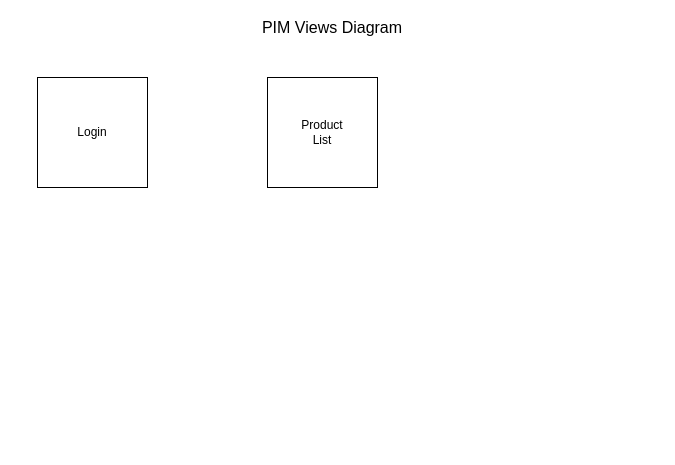
Earlier version of the draw.io diagram ReChargeApiDocs/PIM View Diagrams.drawio (alexrsunrise/diagrams). Source tidied: cells renumbered, new cells numbered last; positions are measured from the earlier drawing's top-left corner, leaving out a move shared by most shapes. Both pictures are drawn from the tidied source at 100%, with x=0, y=0 at pixel (37, 17).
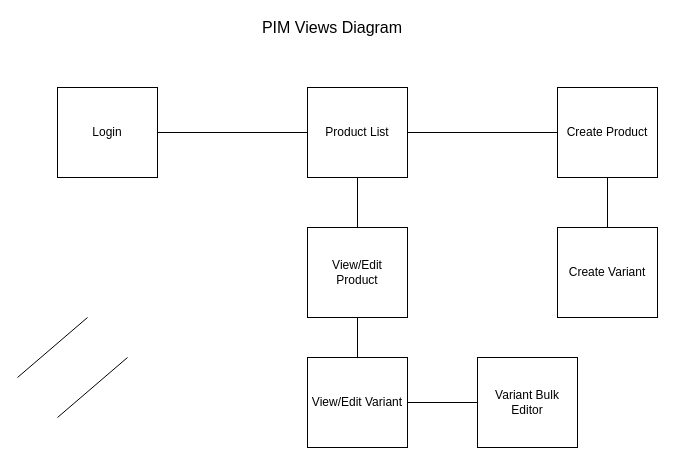
Above is the later version.

Change to the diagram source:
```diff
@@
-    <mxCell id="3" style="whiteSpace=wrap;html=1;" parent="1" vertex="1">
-      <mxGeometry y="60" width="110" height="110" as="geometry" />
-    </mxCell>
-    <mxCell id="4" value="Login" style="text;html=1;strokeColor=none;fillColor=none;align=center;verticalAlign=middle;whiteSpace=wrap;rounded=0;" parent="1" vertex="1">
-      <mxGeometry x="35" y="105" width="40" height="20" as="geometry" />
+    <mxCell id="4" value="Login" style="whiteSpace=wrap;html=1;align=center;" parent="1" vertex="1">
+      <mxGeometry x="20" y="70" width="100" height="90" as="geometry" />
     </mxCell>
-    <mxCell id="5" style="whiteSpace=wrap;html=1;" parent="1" vertex="1">
-      <mxGeometry x="230" y="60" width="110" height="110" as="geometry" />
-    </mxCell>
-    <mxCell id="6" value="Product List" style="text;html=1;strokeColor=none;fillColor=none;align=center;verticalAlign=middle;whiteSpace=wrap;rounded=0;" parent="1" vertex="1">
-      <mxGeometry x="265" y="105" width="40" height="20" as="geometry" />
+    <mxCell id="6" value="Product List" style="whiteSpace=wrap;html=1;align=center;" parent="1" vertex="1">
+      <mxGeometry x="270" y="70" width="100" height="90" as="geometry" />
     </mxCell>
+    <mxCell id="7" value="Create Product" style="whiteSpace=wrap;html=1;align=center;" parent="1" vertex="1">
+      <mxGeometry x="520" y="70" width="100" height="90" as="geometry" />
+    </mxCell>
+    <mxCell id="8" value="Create Variant" style="whiteSpace=wrap;html=1;align=center;" parent="1" vertex="1">
+      <mxGeometry x="520" y="210" width="100" height="90" as="geometry" />
+    </mxCell>
+    <mxCell id="9" value="View/Edit&lt;br&gt;Product" style="whiteSpace=wrap;html=1;align=center;" parent="1" vertex="1">
+      <mxGeometry x="270" y="210" width="100" height="90" as="geometry" />
+    </mxCell>
+    <mxCell id="10" value="View/Edit Variant" style="whiteSpace=wrap;html=1;align=center;" parent="1" vertex="1">
+      <mxGeometry x="270" y="340" width="100" height="90" as="geometry" />
+    </mxCell>
+    <mxCell id="11" value="Variant Bulk Editor" style="whiteSpace=wrap;html=1;align=center;" parent="1" vertex="1">
+      <mxGeometry x="440" y="340" width="100" height="90" as="geometry" />
+    </mxCell>
+    <mxCell id="12" style="endArrow=none;html=1;entryX=0;entryY=0.5;entryDx=0;entryDy=0;exitX=1;exitY=0.5;exitDx=0;exitDy=0;" parent="1" edge="1" source="4" target="6">
+      <mxGeometry relative="1" as="geometry" />
+    </mxCell>
+    <mxCell id="13" style="endArrow=none;html=1;" parent="1" edge="1">
+      <mxGeometry relative="1" as="geometry">
+        <mxPoint x="-20" y="360" as="sourcePoint" />
+        <mxPoint x="50" y="300" as="targetPoint" />
+      </mxGeometry>
+    </mxCell>
+    <mxCell id="14" style="endArrow=none;html=1;entryX=0.5;entryY=1;entryDx=0;entryDy=0;" parent="1" edge="1" source="10" target="9">
+      <mxGeometry relative="1" as="geometry" />
+    </mxCell>
+    <mxCell id="15" style="endArrow=none;html=1;entryX=0.5;entryY=1;entryDx=0;entryDy=0;exitX=0.5;exitY=0;exitDx=0;exitDy=0;" parent="1" edge="1" source="9" target="6">
+      <mxGeometry relative="1" as="geometry" />
+    </mxCell>
+    <mxCell id="16" style="endArrow=none;html=1;entryX=0;entryY=0.5;entryDx=0;entryDy=0;exitX=1;exitY=0.5;exitDx=0;exitDy=0;" parent="1" edge="1" source="6" target="7">
+      <mxGeometry relative="1" as="geometry" />
+    </mxCell>
+    <mxCell id="17" style="endArrow=none;html=1;" parent="1" edge="1">
+      <mxGeometry relative="1" as="geometry">
+        <mxPoint x="20" y="400" as="sourcePoint" />
+        <mxPoint x="90" y="340" as="targetPoint" />
+      </mxGeometry>
+    </mxCell>
+    <mxCell id="18" style="endArrow=none;html=1;exitX=1;exitY=0.5;exitDx=0;exitDy=0;entryX=0;entryY=0.5;entryDx=0;entryDy=0;" parent="1" edge="1" source="10" target="11">
+      <mxGeometry relative="1" as="geometry" />
+    </mxCell>
+    <mxCell id="19" style="endArrow=none;html=1;exitX=0.5;exitY=0;exitDx=0;exitDy=0;" parent="1" edge="1" source="8">
+      <mxGeometry relative="1" as="geometry">
+        <mxPoint x="570" y="160" as="targetPoint" />
+      </mxGeometry>
+    </mxCell>
```
